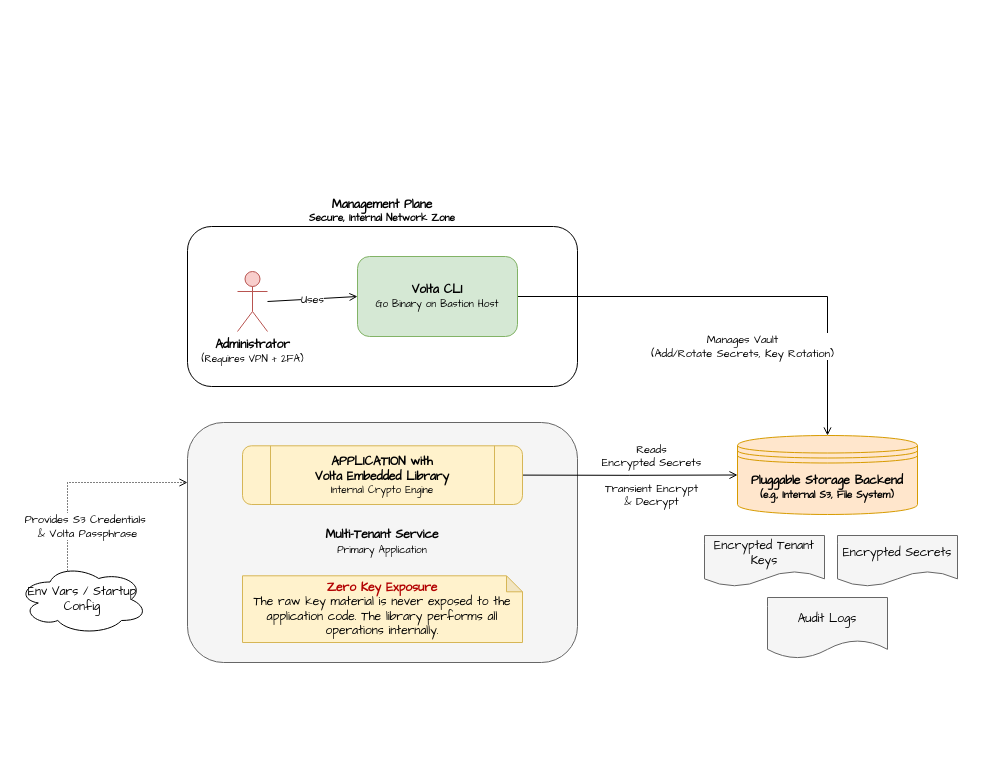
The draw.io diagram docs/volta.drawio in southwinds-io/volta, before the edit. Source tidied: cells renumbered, new cells numbered last; positions are measured from the earlier drawing's top-left corner, leaving out a move shared by most shapes. Both pictures are drawn from the tidied source at 100%, with x=0, y=0 at pixel (17, 226).
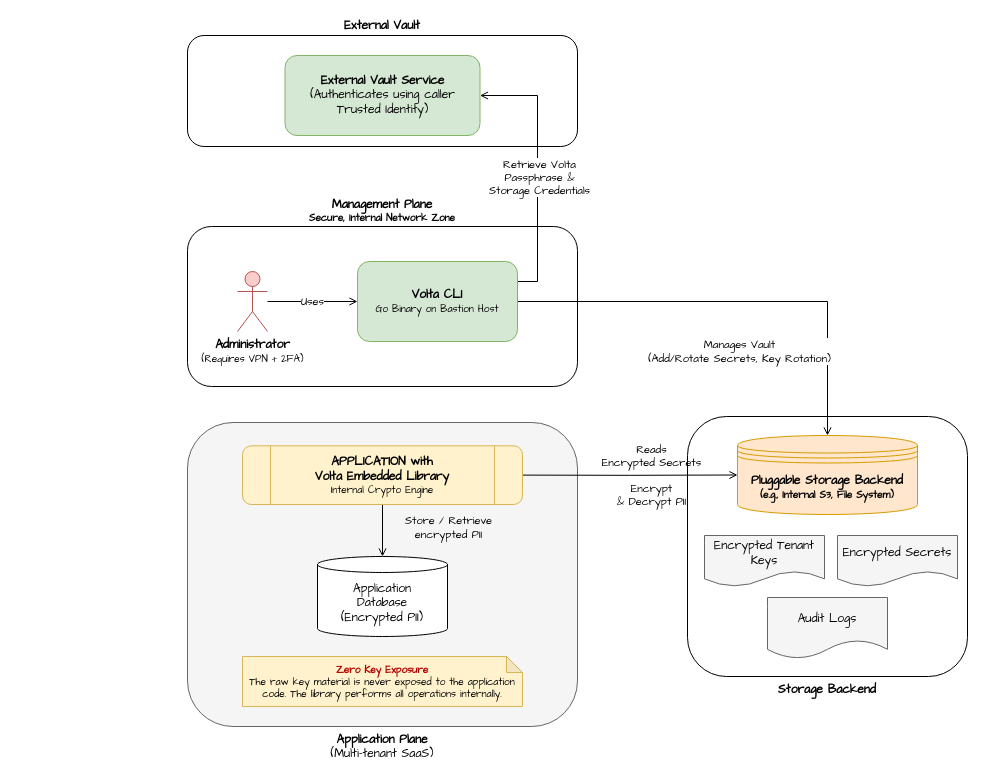
After the change.

Unchanged cells that the change refers to:
```xml
<mxCell id="5" value="Pluggable Storage Backend&lt;br&gt;&lt;div style=&quot;font-size: 10px&quot;&gt;(e.g., Internal S3, File System)&lt;/div&gt;" style="shape=datastore;whiteSpace=wrap;html=1;fontStyle=1;fillColor=#ffe6cc;strokeColor=#d79b00;fontFamily=Architects Daughter;" parent="1" vertex="1">
  <mxGeometry x="720" y="209" width="180" height="79" as="geometry" />
</mxCell>
<mxCell id="15" value="&lt;b&gt;APPLICATION with&lt;br&gt;Volta Embedded Library&lt;/b&gt;&lt;br&gt;&lt;div style=&quot;font-size: 10px&quot;&gt;Internal Crypto Engine&lt;/div&gt;" style="whiteSpace=wrap;html=1;shape=process;rounded=1;fillColor=#fff2cc;strokeColor=#d6b656;fontFamily=Architects Daughter;" parent="1" vertex="1">
  <mxGeometry x="225" y="219.3" width="280" height="58.7" as="geometry" />
</mxCell>
```

Diff of the diagram source:
```diff
@@
+    <mxCell id="17" value="Storage Backend" style="rounded=1;whiteSpace=wrap;html=1;fontFamily=Architects Daughter;fontStyle=1;labelPosition=center;verticalLabelPosition=bottom;align=center;verticalAlign=top;" parent="1" vertex="1">
+      <mxGeometry x="670" y="190" width="280" height="260" as="geometry" />
+    </mxCell>
+    <mxCell id="18" value="&lt;b&gt;External Vault&lt;br&gt;&lt;/b&gt;" style="rounded=1;whiteSpace=wrap;html=1;labelPosition=center;verticalLabelPosition=top;align=center;verticalAlign=bottom;fontFamily=Architects Daughter;" parent="1" vertex="1">
+      <mxGeometry x="170" y="-191" width="390" height="111" as="geometry" />
+    </mxCell>
+    <mxCell id="19" style="edgeStyle=orthogonalEdgeStyle;rounded=0;jettySize=auto;html=1;exitX=1;exitY=0.75;exitDx=0;exitDy=0;" parent="1" edge="1" source="15" target="25">
+      <mxGeometry relative="1" as="geometry" />
+    </mxCell>
-    <mxCell id="2" value="&lt;b&gt;Multi-Tenant Service&lt;/b&gt;&lt;br&gt;&lt;font style=&quot;font-size: 10px&quot;&gt;Primary Application&lt;/font&gt;" style="rounded=1;whiteSpace=wrap;html=1;fillColor=#f5f5f5;strokeColor=#666666;fontFamily=Architects Daughter;" parent="1" vertex="1">
-      <mxGeometry x="170" y="196" width="390" height="240" as="geometry" />
+    <mxCell id="2" value="&lt;b&gt;Application Plane&lt;/b&gt;&lt;br&gt;(Multi-tenant SaaS)" style="rounded=1;whiteSpace=wrap;html=1;fillColor=#f5f5f5;strokeColor=#666666;fontFamily=Architects Daughter;labelPosition=center;verticalLabelPosition=bottom;align=center;verticalAlign=top;" parent="1" vertex="1">
+      <mxGeometry x="170" y="196" width="390" height="304" as="geometry" />
     </mxCell>
-    <mxCell id="3" value="&lt;span&gt;Reads&lt;br&gt;Encrypted Secrets&lt;br&gt;&lt;br&gt;Transient Encrypt&lt;br&gt;&amp;amp; Decrypt&lt;/span&gt;" style="endArrow=open;html=1;rounded=0;fontFamily=Architects Daughter;edgeStyle=orthogonalEdgeStyle;curved=1;labelBackgroundColor=none;endFill=0;" parent="1" edge="1" target="5">
-      <mxGeometry x="0.22" relative="1" as="geometry">
+    <mxCell id="3" value="&lt;span&gt;Reads&lt;br&gt;Encrypted Secrets&lt;br&gt;&lt;br&gt;Encrypt&lt;br&gt;&amp;amp; Decrypt PII&lt;/span&gt;" style="endArrow=open;html=1;rounded=0;fontFamily=Architects Daughter;edgeStyle=orthogonalEdgeStyle;curved=1;labelBackgroundColor=none;endFill=0;" parent="1" edge="1" target="5">
+      <mxGeometry x="0.21" relative="1" as="geometry">
         <mxPoint x="504" y="248.6" as="sourcePoint" />
-        <mxPoint x="-1" as="offset" />
       </mxGeometry>
     </mxCell>
@@
-    <mxCell id="10" value="Provides S3 Credentials&amp;nbsp;&lt;div&gt;&amp;amp; Volta Passphrase&lt;/div&gt;" style="endArrow=open;html=1;rounded=0;dashed=1;dashPattern=1 2;entryX=0;entryY=0.25;fontFamily=Architects Daughter;edgeStyle=orthogonalEdgeStyle;exitX=0.4;exitY=0.1;exitDx=0;exitDy=0;exitPerimeter=0;endFill=0;" parent="1" edge="1" source="11" target="2">
-      <mxGeometry x="-0.55" y="-20" relative="1" as="geometry">
-        <Array as="points">
-          <mxPoint x="50" y="345" />
-          <mxPoint x="50" y="256" />
-        </Array>
-      </mxGeometry>
-    </mxCell>
-    <mxCell id="11" value="Env Vars / Startup Config" style="shape=cloud;whiteSpace=wrap;html=1;fontFamily=Architects Daughter;" parent="1" vertex="1">
-      <mxGeometry y="338" width="130" height="70" as="geometry" />
-    </mxCell>
@@
+    <mxCell id="20" style="edgeStyle=orthogonalEdgeStyle;rounded=0;jettySize=auto;html=1;exitX=1;exitY=0.25;exitDx=0;exitDy=0;entryX=1;entryY=0.5;entryDx=0;entryDy=0;endArrow=open;endFill=0;" parent="1" edge="1" source="14" target="24">
+      <mxGeometry relative="1" as="geometry" />
+    </mxCell>
+    <mxCell id="21" value="Retrieve Volta&lt;br&gt;Passphrase &amp;amp; &lt;br&gt;Storage Credentials" style="edgeLabel;html=1;align=center;verticalAlign=middle;fontFamily=Architects Daughter;" parent="20" vertex="1">
+      <mxGeometry x="-0.41" y="-1" relative="1" as="geometry">
+        <mxPoint y="-47" as="offset" />
+      </mxGeometry>
+    </mxCell>
     <mxCell id="14" value="&lt;b&gt;Volta CLI&lt;/b&gt;&lt;br&gt;&lt;div style=&quot;font-size: 10px&quot;&gt;Go Binary on Bastion Host&lt;/div&gt;" style="rounded=1;whiteSpace=wrap;html=1;fillColor=#d5e8d4;strokeColor=#82b366;fontFamily=Architects Daughter;" parent="1" vertex="1">
-      <mxGeometry x="340" y="30" width="160" height="80" as="geometry" />
+      <mxGeometry x="340" y="35" width="160" height="80" as="geometry" />
     </mxCell>
+    <mxCell id="22" style="edgeStyle=orthogonalEdgeStyle;rounded=0;jettySize=auto;html=1;exitX=0.5;exitY=1;exitDx=0;exitDy=0;endArrow=open;endFill=0;labelBackgroundColor=none;labelBorderColor=none;fontFamily=Architects Daughter;" parent="1" edge="1" source="15" target="25">
+      <mxGeometry relative="1" as="geometry" />
+    </mxCell>
+    <mxCell id="23" value="&lt;span&gt;Store / Retrieve&lt;br&gt;encrypted PII&lt;/span&gt;" style="edgeLabel;html=1;align=center;verticalAlign=middle;fontFamily=Architects Daughter;labelBackgroundColor=none;" parent="22" vertex="1">
+      <mxGeometry x="-0.15" relative="1" as="geometry">
+        <mxPoint x="65" as="offset" />
+      </mxGeometry>
+    </mxCell>
@@
-    <mxCell id="16" value="&lt;font color=&quot;#B20000&quot;&gt;&lt;b&gt;Zero Key Exposure&lt;/b&gt;&lt;/font&gt;&lt;br&gt;&lt;div&gt;The raw key material is never exposed to the application code. The library performs all operations internally.&lt;/div&gt;" style="shape=note;whiteSpace=wrap;html=1;backgroundOutline=1;darkOpacity=0.05;fillColor=#fff2cc;strokeColor=#d6b656;size=16;fontFamily=Architects Daughter;" parent="1" vertex="1">
-      <mxGeometry x="225" y="349.3" width="280" height="66.7" as="geometry" />
+    <mxCell id="16" value="&lt;font color=&quot;#B20000&quot;&gt;&lt;b&gt;Zero Key Exposure&lt;/b&gt;&lt;/font&gt;&lt;br&gt;&lt;div&gt;The raw key material is never exposed to the application code. The library performs all operations internally.&lt;/div&gt;" style="shape=note;whiteSpace=wrap;html=1;backgroundOutline=1;darkOpacity=0.05;fillColor=#fff2cc;strokeColor=#d6b656;size=16;fontFamily=Architects Daughter;fontSize=10;" parent="1" vertex="1">
+      <mxGeometry x="225" y="430" width="280" height="50" as="geometry" />
     </mxCell>
+    <mxCell id="24" value="&lt;b&gt;External Vault Service&lt;/b&gt;&lt;br&gt;(Authenticates using caller Trusted Identity)" style="rounded=1;whiteSpace=wrap;html=1;fillColor=#d5e8d4;strokeColor=#82b366;fontFamily=Architects Daughter;" parent="1" vertex="1">
+      <mxGeometry x="267.5" y="-171" width="195" height="80" as="geometry" />
+    </mxCell>
+    <mxCell id="25" value="Application&lt;br&gt;Database&lt;br&gt;(Encrypted PII)" style="shape=cylinder3;whiteSpace=wrap;html=1;boundedLbl=1;backgroundOutline=1;size=8;fontFamily=Architects Daughter;" parent="1" vertex="1">
+      <mxGeometry x="300" y="330" width="130" height="80" as="geometry" />
+    </mxCell>
```
